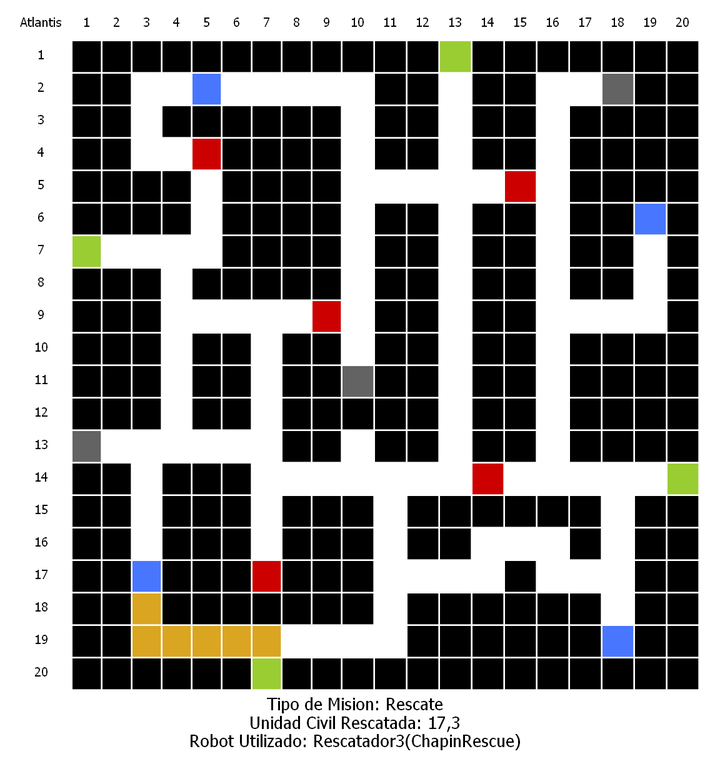
rodrialeh01/IPC2_Proyecto2_201900042 keeps this Graphviz diagram as MapasOperados/MisionRescate_Atlantis.png. Above is the earlier version. Its source is kept beside it as MapasOperados/MisionRescate_Atlantis.dot.
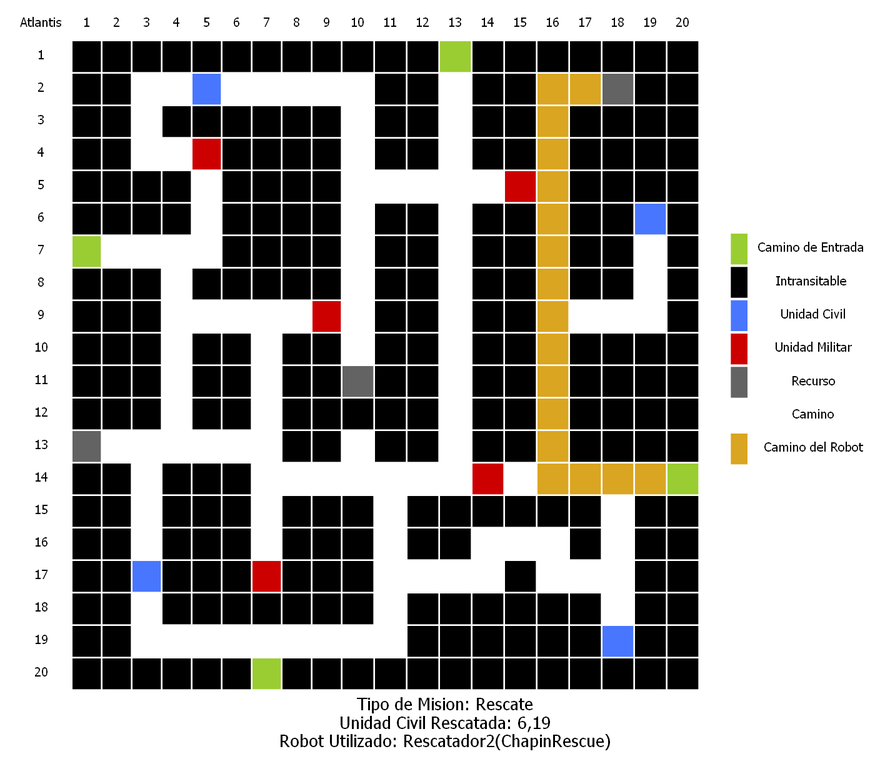
Above is the later version.

Diff of the diagram source:
```diff
@@ -44,8 +44,8 @@
 <TD>   </TD>
 <TD bgcolor="black">   </TD>
 <TD bgcolor="black">   </TD>
-<TD>   </TD>
-<TD>   </TD>
+<TD bgcolor="goldenrod">   </TD>
+<TD bgcolor="goldenrod">   </TD>
 <TD bgcolor="grey39">   </TD>
 <TD bgcolor="black">   </TD>
 <TD bgcolor="black">   </TD></TR>
@@ -66,7 +66,7 @@
 <TD>   </TD>
 <TD bgcolor="black">   </TD>
 <TD bgcolor="black">   </TD>
-<TD>   </TD>
+<TD bgcolor="goldenrod">   </TD>
 <TD bgcolor="black">   </TD>
 <TD bgcolor="black">   </TD>
 <TD bgcolor="black">   </TD>
@@ -88,7 +88,7 @@
 <TD>   </TD>
 <TD bgcolor="black">   </TD>
 <TD bgcolor="black">   </TD>
-<TD>   </TD>
+<TD bgcolor="goldenrod">   </TD>
 <TD bgcolor="black">   </TD>
 <TD bgcolor="black">   </TD>
 <TD bgcolor="black">   </TD>
@@ -110,7 +110,7 @@
 <TD>   </TD>
 <TD>   </TD>
 <TD bgcolor="red3">   </TD>
-<TD>   </TD>
+<TD bgcolor="goldenrod">   </TD>
 <TD bgcolor="black">   </TD>
 <TD bgcolor="black">   </TD>
 <TD bgcolor="black">   </TD>
@@ -132,7 +132,7 @@
 <TD>   </TD>
 <TD bgcolor="black">   </TD>
 <TD bgcolor="black">   </TD>
-<TD>   </TD>
+<TD bgcolor="goldenrod">   </TD>
 <TD bgcolor="black">   </TD>
 <TD bgcolor="black">   </TD>
 <TD bgcolor="royalblue1">   </TD>
@@ -154,7 +154,7 @@
 <TD>   </TD>
 <TD bgcolor="black">   </TD>
 <TD bgcolor="black">   </TD>
-<TD>   </TD>
+<TD bgcolor="goldenrod">   </TD>
 <TD bgcolor="black">   </TD>
 <TD bgcolor="black">   </TD>
 <TD>   </TD>
@@ -176,7 +176,7 @@
 <TD>   </TD>
 <TD bgcolor="black">   </TD>
 <TD bgcolor="black">   </TD>
-<TD>   </TD>
+<TD bgcolor="goldenrod">   </TD>
 <TD bgcolor="black">   </TD>
 <TD bgcolor="black">   </TD>
 <TD>   </TD>
@@ -198,7 +198,7 @@
 <TD>   </TD>
 <TD bgcolor="black">   </TD>
 <TD bgcolor="black">   </TD>
-<TD>   </TD>
+<TD bgcolor="goldenrod">   </TD>
 <TD>   </TD>
 <TD>   </TD>
 <TD>   </TD>
@@ -220,7 +220,7 @@
 <TD>   </TD>
 <TD bgcolor="black">   </TD>
 <TD bgcolor="black">   </TD>
-<TD>   </TD>
+<TD bgcolor="goldenrod">   </TD>
 <TD bgcolor="black">   </TD>
 <TD bgcolor="black">   </TD>
 <TD bgcolor="black">   </TD>
@@ -242,7 +242,7 @@
 <TD>   </TD>
 <TD bgcolor="black">   </TD>
 <TD bgcolor="black">   </TD>
-<TD>   </TD>
+<TD bgcolor="goldenrod">   </TD>
 <TD bgcolor="black">   </TD>
 <TD bgcolor="black">   </TD>
 <TD bgcolor="black">   </TD>
@@ -264,7 +264,7 @@
 <TD>   </TD>
 <TD bgcolor="black">   </TD>
 <TD bgcolor="black">   </TD>
-<TD>   </TD>
+<TD bgcolor="goldenrod">   </TD>
 <TD bgcolor="black">   </TD>
 <TD bgcolor="black">   </TD>
 <TD bgcolor="black">   </TD>
@@ -286,7 +286,7 @@
 <TD>   </TD>
 <TD bgcolor="black">   </TD>
 <TD bgcolor="black">   </TD>
-<TD>   </TD>
+<TD bgcolor="goldenrod">   </TD>
 <TD bgcolor="black">   </TD>
 <TD bgcolor="black">   </TD>
 <TD bgcolor="black">   </TD>
@@ -308,10 +308,10 @@
 <TD>   </TD>
 <TD bgcolor="red3">   </TD>
 <TD>   </TD>
-<TD>   </TD>
-<TD>   </TD>
-<TD>   </TD>
-<TD>   </TD>
+<TD bgcolor="goldenrod">   </TD>
+<TD bgcolor="goldenrod">   </TD>
+<TD bgcolor="goldenrod">   </TD>
+<TD bgcolor="goldenrod">   </TD>
 <TD bgcolor="yellowgreen">   </TD></TR>
 <TR>
         <TD border="0">15</TD>
@@ -383,7 +383,7 @@
         <TD border="0">18</TD>
 <TD bgcolor="black">   </TD>
 <TD bgcolor="black">   </TD>
-<TD bgcolor="goldenrod">   </TD>
+<TD>   </TD>
 <TD bgcolor="black">   </TD>
 <TD bgcolor="black">   </TD>
 <TD bgcolor="black">   </TD>
@@ -405,11 +405,11 @@
         <TD border="0">19</TD>
 <TD bgcolor="black">   </TD>
 <TD bgcolor="black">   </TD>
-<TD bgcolor="goldenrod">   </TD>
-<TD bgcolor="goldenrod">   </TD>
-<TD bgcolor="goldenrod">   </TD>
-<TD bgcolor="goldenrod">   </TD>
-<TD bgcolor="goldenrod">   </TD>
+<TD>   </TD>
+<TD>   </TD>
+<TD>   </TD>
+<TD>   </TD>
+<TD>   </TD>
 <TD>   </TD>
 <TD>   </TD>
 <TD>   </TD>
@@ -444,5 +444,36 @@
 <TD bgcolor="black">   </TD>
 <TD bgcolor="black">   </TD>
 <TD bgcolor="black">   </TD>
-<TD bgcolor="black">   </TD></TR></TABLE>>]fontname="Roboto Condensed"fontsize="20pt"label="Tipo de Mision: Rescate\nUnidad Civil Rescatada: 17,3\nRobot Utilizado: Rescatador3(ChapinRescue)"
+<TD bgcolor="black">   </TD></TR></TABLE>>]fontname="Roboto Condensed"fontsize="20pt"label="Tipo de Mision: Rescate\nUnidad Civil Rescatada: 6,19\nRobot Utilizado: Rescatador2(ChapinRescue)"
+info1[fontname="Roboto Condensed"fontsize="15pt", label=<
+<TABLE BORDER="0" CELLBORDER="0" CELLSPACING="3" CELLPADDING="10">
+<TR>
+    <TD border="0" bgcolor="yellowgreen"></TD>
+    <TD border="0">Camino de Entrada </TD>
+</TR>
+<TR>
+    <TD border="0" bgcolor="black"></TD>
+    <TD border="0">Intransitable </TD>
+</TR>
+<TR>
+    <TD border="0" bgcolor="royalblue1"></TD>
+    <TD border="0">Unidad Civil</TD>
+</TR>
+<TR>
+    <TD border="0" bgcolor="red3"></TD>
+    <TD border="0">Unidad Militar</TD>
+</TR>
+<TR>
+    <TD border="0" bgcolor="grey39"></TD>
+    <TD border="0">Recurso</TD>
+</TR>
+<TR>
+    <TD border="0" bgcolor="white"></TD>
+    <TD border="0">Camino</TD>
+</TR>
+<TR>
+    <TD border="0" bgcolor="goldenrod"></TD>
+    <TD border="0">Camino del Robot</TD>
+</TR>
+</TABLE>>]
 }
```
